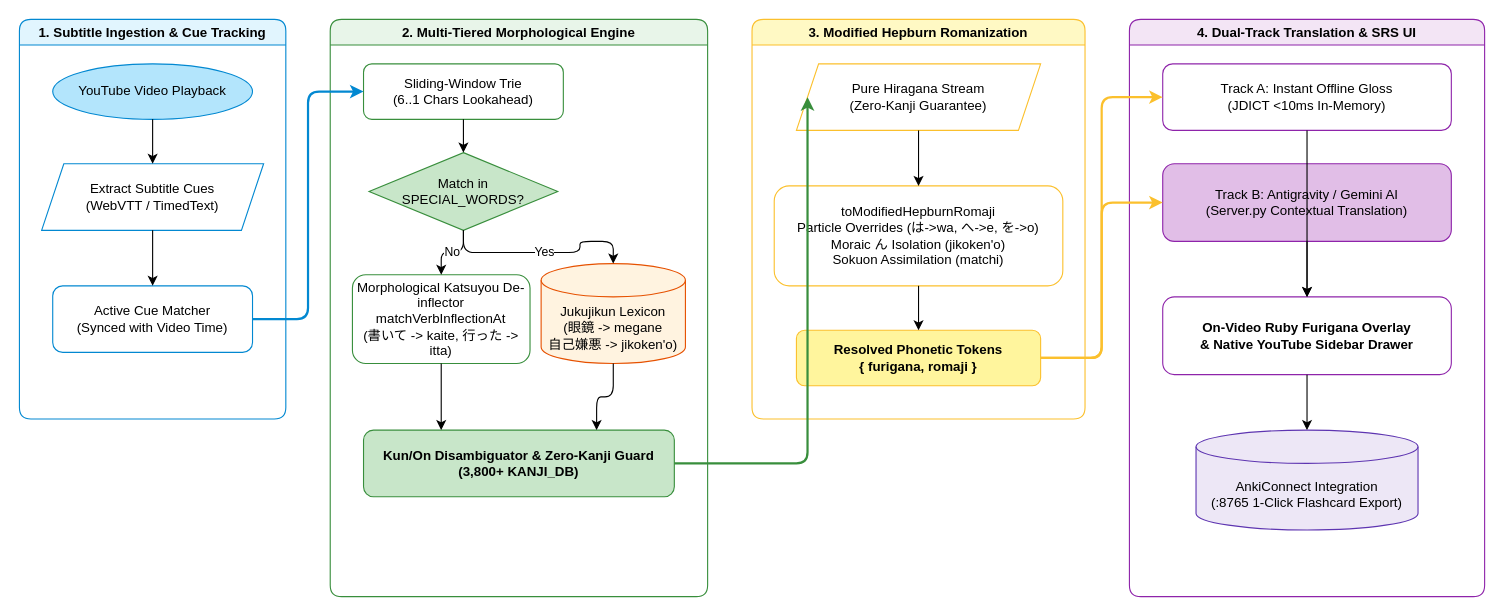
Marsel204/LangPlayeExt keeps this draw.io diagram as docs/diagrams/translation_architecture.drawio. Above is the earlier version. Source tidied: cells renumbered, new cells numbered last; positions are measured from the earlier drawing's top-left corner, leaving out a move shared by most shapes. Both pictures are drawn from the tidied source at 111%, with x=0, y=0 at pixel (19, 19).
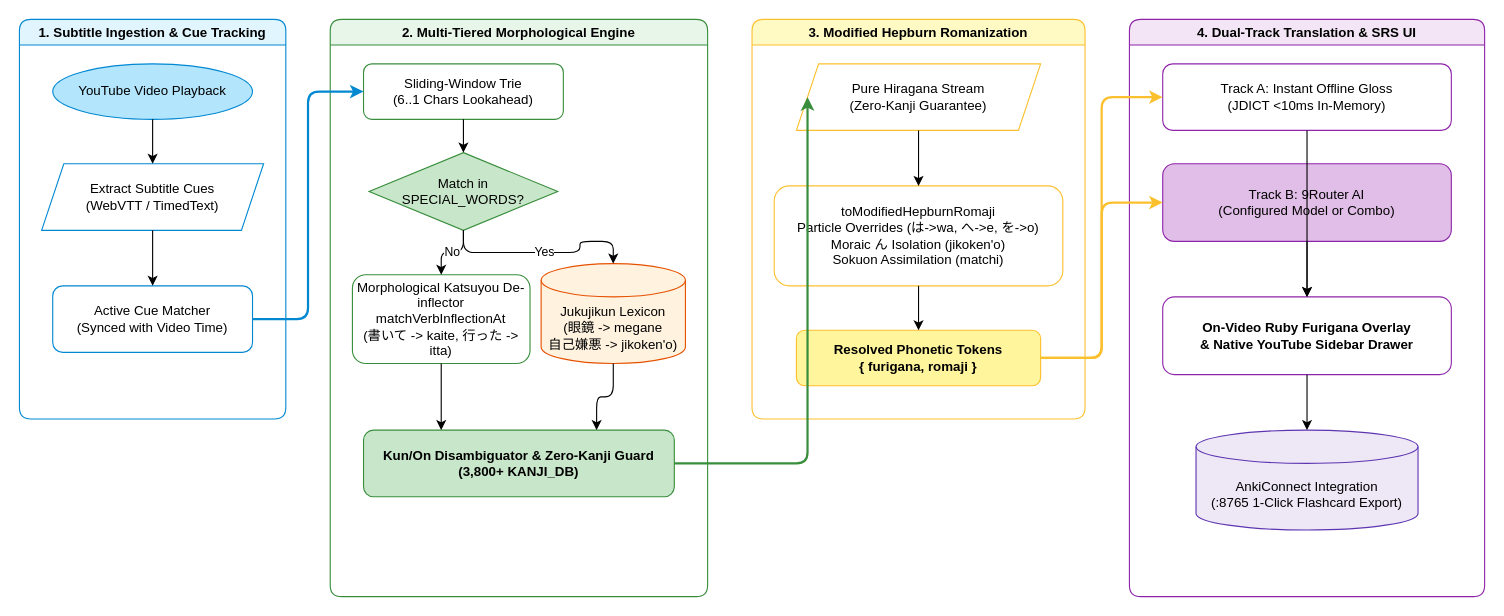
The same page after the edit.

Unchanged cells that the change refers to:
```xml
<mxCell id="25" value="4. Dual-Track Translation &amp; SRS UI" style="swimlane;whiteSpace=wrap;html=1;fillColor=#f3e5f5;strokeColor=#8e24aa;fontStyle=1;rounded=1;" parent="1" vertex="1">
  <mxGeometry x="1000" width="320" height="520" as="geometry" />
</mxCell>
```

Change to the diagram source:
```diff
@@
-    <mxCell id="27" value="Track B: Antigravity / Gemini AI&#10;(Server.py Contextual Translation)" style="rounded=1;whiteSpace=wrap;html=1;fillColor=#e1bee7;strokeColor=#8e24aa;" parent="25" vertex="1">
+    <mxCell id="27" value="Track B: 9Router AI&#10;(Configured Model or Combo)" style="rounded=1;whiteSpace=wrap;html=1;fillColor=#e1bee7;strokeColor=#8e24aa;" parent="25" vertex="1">
       <mxGeometry x="30" y="130" width="260" height="70" as="geometry" />
     </mxCell>
```
